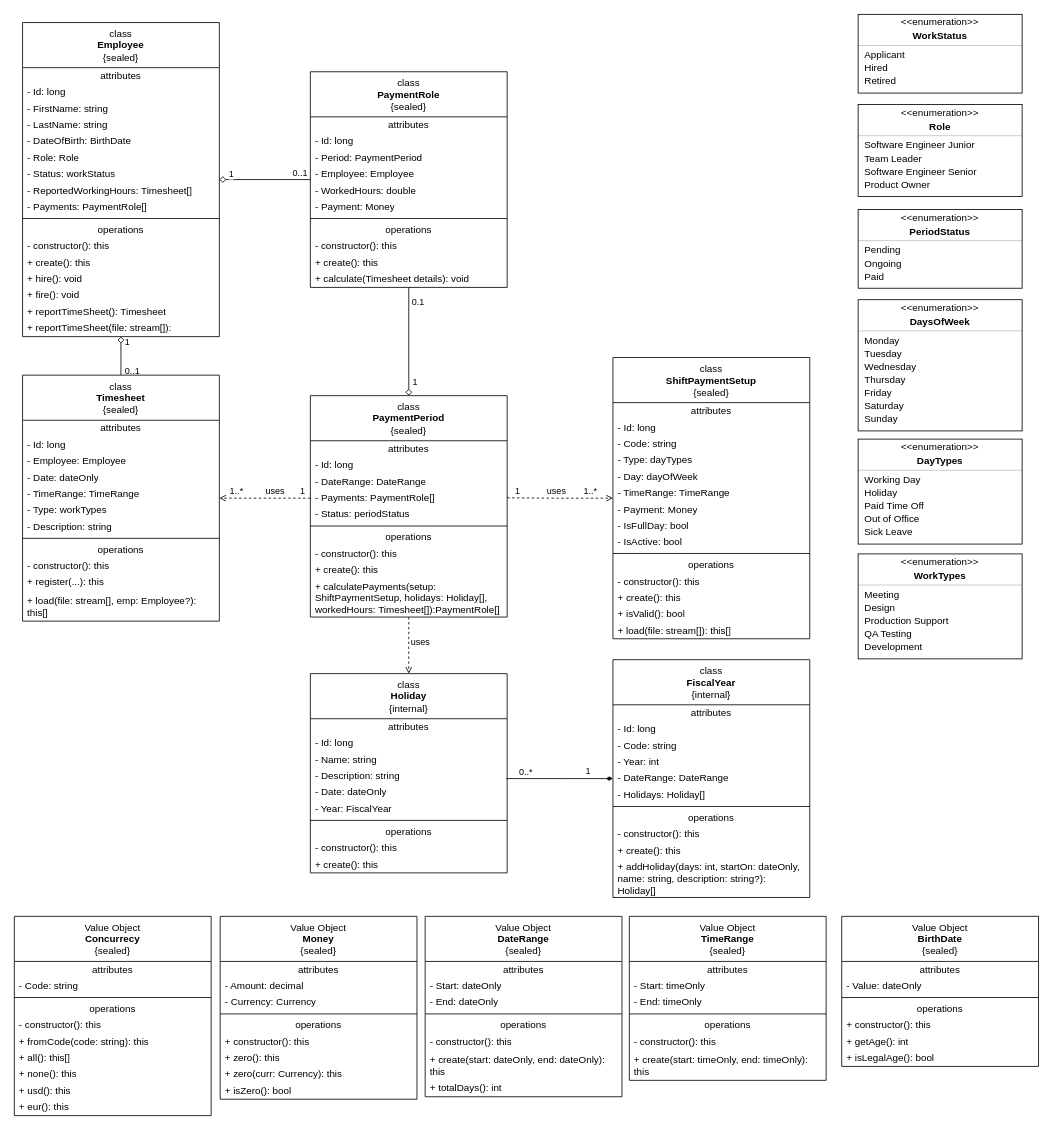
Earlier version of the draw.io diagram docs/diagrams/PaymentRole-app.drawio (rsmacias/PaymentCalculator). Source tidied: cells renumbered, new cells numbered last; positions are measured from the earlier drawing's top-left corner, leaving out a move shared by most shapes. Both pictures are drawn from the tidied source at 82%, with x=0, y=0 at pixel (14, 14).
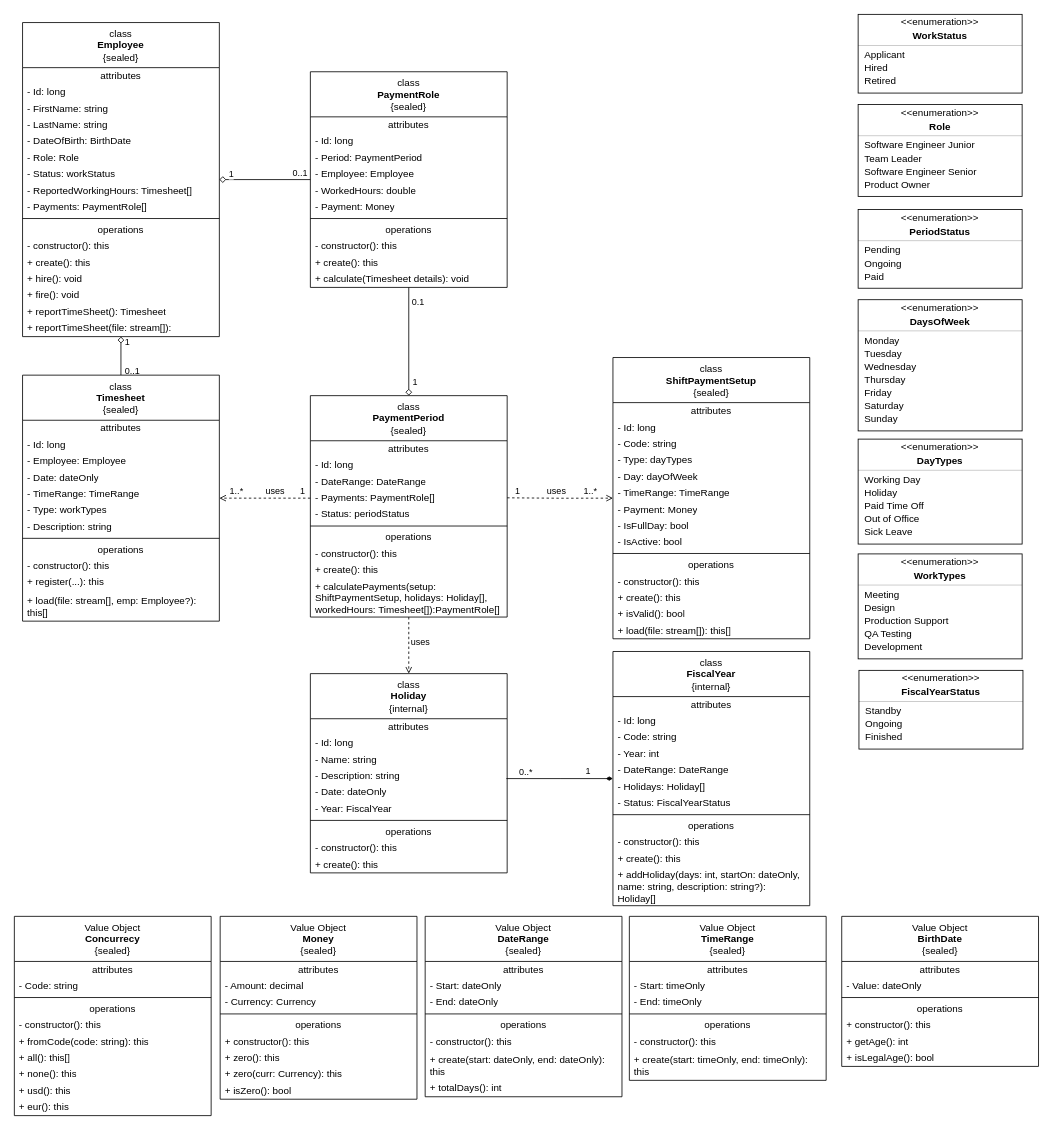
The same diagram, later.

Commit message (it also covers changes not shown here):
refactor(domain): added enumeration for labeling a fiscal year with a state.

Diff of the diagram source:
```diff
@@
     <mxCell id="173" value="class&lt;br&gt;&lt;b&gt;FiscalYear&lt;/b&gt;&lt;br&gt;{internal}" style="swimlane;fontStyle=0;align=center;verticalAlign=top;horizontal=1;startSize=55;html=1;whiteSpace=wrap;" parent="1" vertex="1">
-      <mxGeometry x="730" y="787" width="240" height="290" as="geometry" />
+      <mxGeometry x="730" y="777" width="240" height="310" as="geometry" />
     </mxCell>
@@
+    <mxCell id="220" value="- Status: FiscalYearStatus" style="text;html=1;strokeColor=none;fillColor=none;align=left;verticalAlign=middle;spacingLeft=4;spacingRight=4;overflow=hidden;whiteSpace=wrap;" parent="173" vertex="1">
+      <mxGeometry y="175" width="240" height="20" as="geometry" />
+    </mxCell>
     <mxCell id="180" style="line;strokeWidth=1;fillColor=none;align=left;verticalAlign=middle;spacingTop=-1;spacingLeft=3;spacingRight=3;labelPosition=right;" parent="173" vertex="1">
-      <mxGeometry y="175" width="240" height="8" as="geometry" />
+      <mxGeometry y="195" width="240" height="8" as="geometry" />
     </mxCell>
     <mxCell id="181" value="operations" style="text;html=1;strokeColor=none;fillColor=none;align=center;verticalAlign=middle;spacingLeft=4;spacingRight=4;overflow=hidden;whiteSpace=wrap;" parent="173" vertex="1">
-      <mxGeometry y="183" width="240" height="20" as="geometry" />
+      <mxGeometry y="203" width="240" height="20" as="geometry" />
     </mxCell>
     <mxCell id="182" value="- constructor(): this" style="text;html=1;strokeColor=none;fillColor=none;align=left;verticalAlign=middle;spacingLeft=4;spacingRight=4;overflow=hidden;whiteSpace=wrap;" parent="173" vertex="1">
-      <mxGeometry y="203" width="240" height="20" as="geometry" />
+      <mxGeometry y="223" width="240" height="20" as="geometry" />
     </mxCell>
     <mxCell id="183" value="+ create(): this" style="text;html=1;strokeColor=none;fillColor=none;align=left;verticalAlign=middle;spacingLeft=4;spacingRight=4;overflow=hidden;whiteSpace=wrap;" parent="173" vertex="1">
-      <mxGeometry y="223" width="240" height="20" as="geometry" />
+      <mxGeometry y="243" width="240" height="20" as="geometry" />
     </mxCell>
     <mxCell id="184" value="+ addHoliday(days: int, startOn: dateOnly, name: string, description: string?): Holiday[]" style="text;html=1;strokeColor=none;fillColor=none;align=left;verticalAlign=middle;spacingLeft=4;spacingRight=4;overflow=hidden;whiteSpace=wrap;" parent="173" vertex="1">
-      <mxGeometry y="243" width="240" height="47" as="geometry" />
+      <mxGeometry y="263" width="240" height="47" as="geometry" />
     </mxCell>
@@
+    <mxCell id="221" style="fontStyle=1;align=center;verticalAlign=middle;horizontal=1;" parent="1" vertex="1">
+      <mxGeometry x="1030" y="800" width="200" height="96" as="geometry" />
+    </mxCell>
+    <mxCell id="222" value="&amp;lt;&amp;lt;enumeration&amp;gt;&amp;gt;" style="html=1;align=center;spacing=0;verticalAlign=middle;strokeColor=none;fillColor=none;whiteSpace=wrap;" parent="221" vertex="1">
+      <mxGeometry width="200" height="20" as="geometry" />
+    </mxCell>
+    <mxCell id="223" value="FiscalYearStatus" style="html=1;align=center;spacing=0;verticalAlign=middle;strokeColor=none;fillColor=none;whiteSpace=wrap;fontStyle=1;" parent="221" vertex="1">
+      <mxGeometry y="20" width="200" height="14" as="geometry" />
+    </mxCell>
+    <mxCell id="224" style="line;strokeWidth=0.25;fillColor=none;align=left;verticalAlign=middle;spacingTop=-1;spacingLeft=3;spacingRight=3;labelPosition=right;" parent="221" vertex="1">
+      <mxGeometry y="34" width="200" height="8" as="geometry" />
+    </mxCell>
+    <mxCell id="225" value="Standby" style="html=1;align=left;spacing=0;spacingLeft=8;verticalAlign=middle;strokeColor=none;fillColor=none;whiteSpace=wrap;" parent="221" vertex="1">
+      <mxGeometry y="42" width="200" height="16" as="geometry" />
+    </mxCell>
+    <mxCell id="226" value="Ongoing" style="html=1;align=left;spacing=0;spacingLeft=8;verticalAlign=middle;strokeColor=none;fillColor=none;whiteSpace=wrap;" parent="221" vertex="1">
+      <mxGeometry y="58" width="200" height="16" as="geometry" />
+    </mxCell>
+    <mxCell id="227" value="Finished" style="html=1;align=left;spacing=0;spacingLeft=8;verticalAlign=middle;strokeColor=none;fillColor=none;whiteSpace=wrap;" parent="221" vertex="1">
+      <mxGeometry y="74" width="200" height="16" as="geometry" />
+    </mxCell>
+    <mxCell id="228" style="html=1;align=left;spacing=0;spacingLeft=8;verticalAlign=middle;strokeColor=none;fillColor=none;whiteSpace=wrap;" parent="221" vertex="1">
+      <mxGeometry y="90" width="200" height="6" as="geometry" />
+    </mxCell>
```
